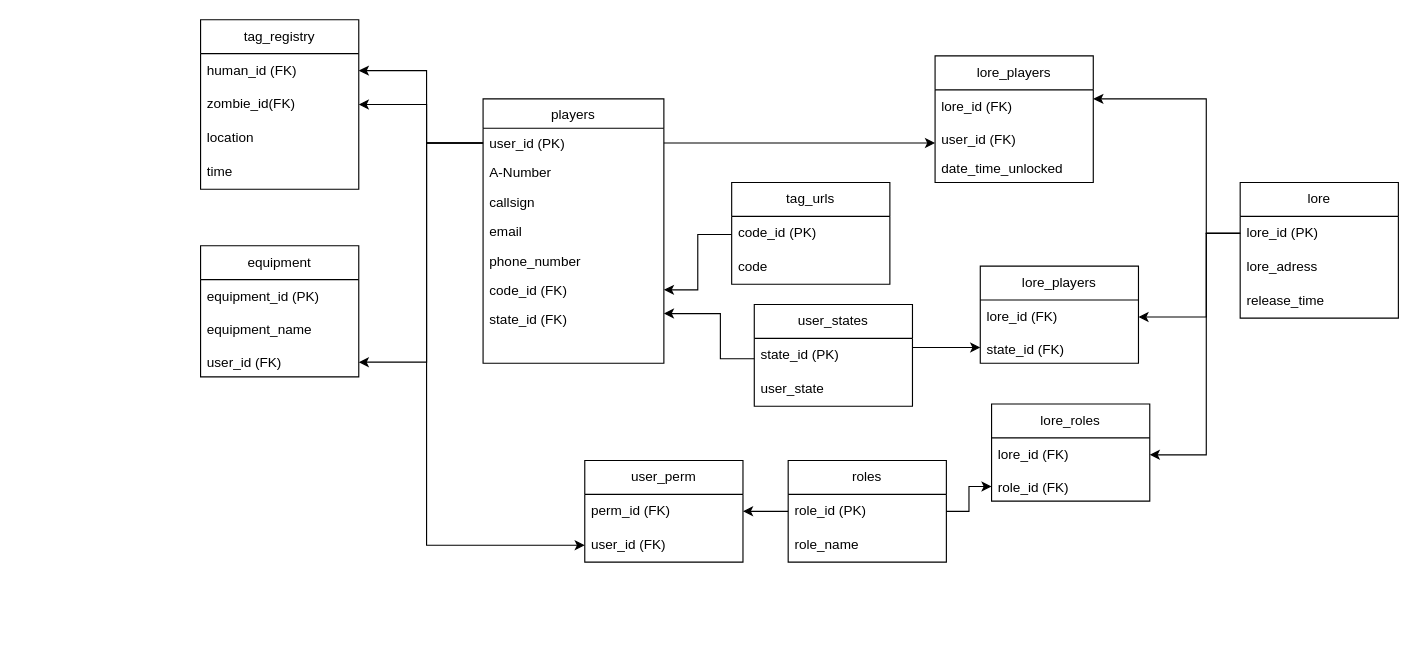
Before: HvZ SQL outline.drawio in hutonahill/HvZ_USU_Site, a draw.io diagram. Source tidied: cells renumbered, new cells numbered last; positions are measured from the earlier drawing's top-left corner, leaving out a move shared by most shapes. Both pictures are drawn from the tidied source at 113%, with x=0, y=0 at pixel (200, 19).
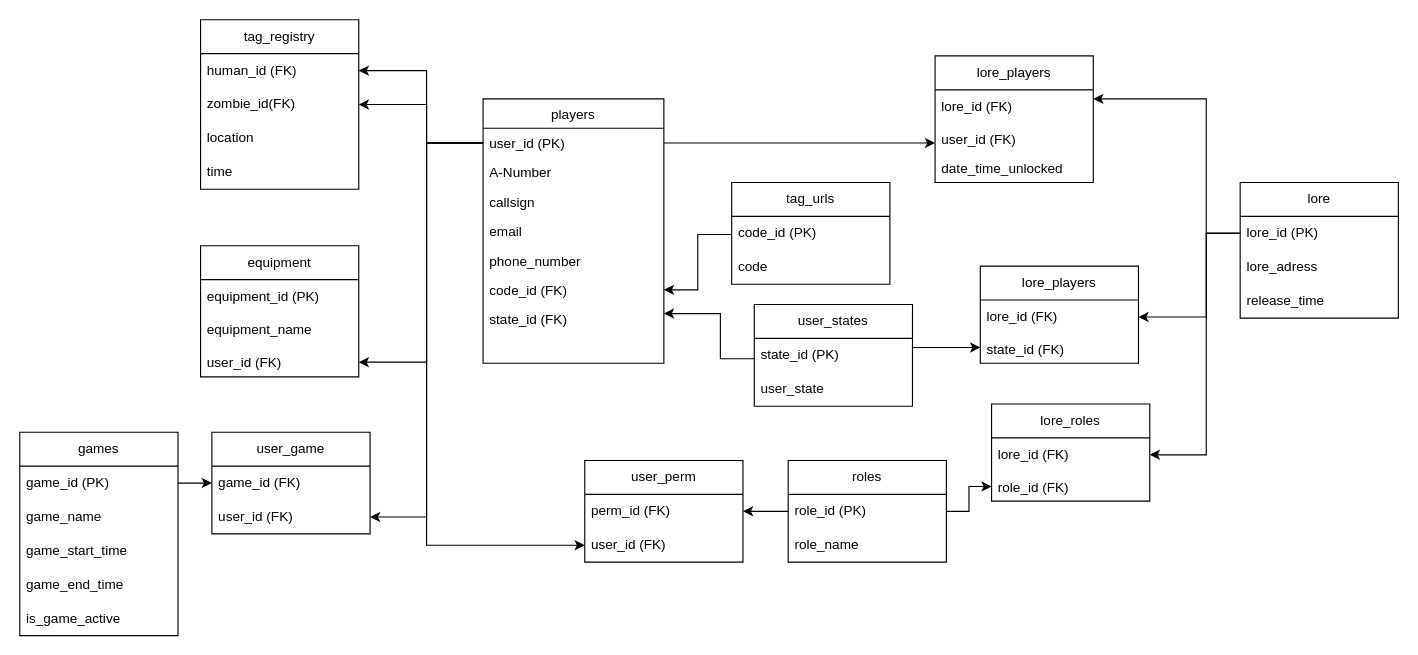
Above is the later version.

Commit message:
updated SQL outline

Unchanged cells that the change refers to:
```xml
<mxCell id="3" value="user_id (PK)" style="text;align=left;verticalAlign=top;spacingLeft=4;spacingRight=4;overflow=hidden;points=[[0,0.5],[1,0.5]];portConstraint=eastwest;rounded=0;shadow=0;html=0;" parent="2" vertex="1">
  <mxGeometry y="26" width="160" height="26" as="geometry" />
</mxCell>
```

Change to the diagram source:
```diff
@@
+    <mxCell id="58" value="games" style="swimlane;fontStyle=0;horizontal=1;startSize=30;whiteSpace=wrap;html=1;" parent="1" vertex="1">
+      <mxGeometry x="-160" y="365" width="140" height="180" as="geometry" />
+    </mxCell>
+    <mxCell id="59" value="game_id (PK)" style="text;strokeColor=none;fillColor=none;align=left;verticalAlign=middle;spacingLeft=4;spacingRight=4;overflow=hidden;points=[[0,0.5],[1,0.5]];portConstraint=eastwest;whiteSpace=wrap;html=1;" parent="58" vertex="1">
+      <mxGeometry y="30" width="140" height="30" as="geometry" />
+    </mxCell>
+    <mxCell id="60" value="game_name" style="text;strokeColor=none;fillColor=none;align=left;verticalAlign=middle;spacingLeft=4;spacingRight=4;overflow=hidden;whiteSpace=wrap;html=1;" parent="58" vertex="1">
+      <mxGeometry y="60" width="140" height="30" as="geometry" />
+    </mxCell>
+    <mxCell id="61" value="&lt;div&gt;game_start_time&lt;/div&gt;" style="text;strokeColor=none;fillColor=none;align=left;verticalAlign=middle;spacingLeft=4;spacingRight=4;overflow=hidden;whiteSpace=wrap;html=1;" parent="58" vertex="1">
+      <mxGeometry y="90" width="140" height="30" as="geometry" />
+    </mxCell>
+    <mxCell id="62" value="game_end_time" style="text;strokeColor=none;fillColor=none;align=left;verticalAlign=middle;spacingLeft=4;spacingRight=4;overflow=hidden;whiteSpace=wrap;html=1;" parent="58" vertex="1">
+      <mxGeometry y="120" width="140" height="30" as="geometry" />
+    </mxCell>
+    <mxCell id="63" value="is_game_active" style="text;strokeColor=none;fillColor=none;align=left;verticalAlign=middle;spacingLeft=4;spacingRight=4;overflow=hidden;whiteSpace=wrap;html=1;" parent="58" vertex="1">
+      <mxGeometry y="150" width="140" height="30" as="geometry" />
+    </mxCell>
+    <mxCell id="64" value="user_game" style="swimlane;fontStyle=0;horizontal=1;startSize=30;whiteSpace=wrap;html=1;" parent="1" vertex="1">
+      <mxGeometry x="10" y="365" width="140" height="90" as="geometry" />
+    </mxCell>
+    <mxCell id="65" value="game_id (FK)" style="text;strokeColor=none;fillColor=none;align=left;verticalAlign=middle;spacingLeft=4;spacingRight=4;overflow=hidden;points=[[0,0.5],[1,0.5]];portConstraint=eastwest;whiteSpace=wrap;html=1;" parent="64" vertex="1">
+      <mxGeometry y="30" width="140" height="30" as="geometry" />
+    </mxCell>
+    <mxCell id="66" value="user_id (FK)" style="text;strokeColor=none;fillColor=none;align=left;verticalAlign=middle;spacingLeft=4;spacingRight=4;overflow=hidden;points=[[0,0.5],[1,0.5]];portConstraint=eastwest;whiteSpace=wrap;html=1;" parent="64" vertex="1">
+      <mxGeometry y="60" width="140" height="30" as="geometry" />
+    </mxCell>
+    <mxCell id="67" style="edgeStyle=orthogonalEdgeStyle;rounded=0;jettySize=auto;html=1;" parent="1" edge="1" source="3" target="66">
+      <mxGeometry relative="1" as="geometry" />
+    </mxCell>
+    <mxCell id="68" style="edgeStyle=orthogonalEdgeStyle;rounded=0;jettySize=auto;html=1;" parent="1" edge="1" source="59" target="65">
+      <mxGeometry relative="1" as="geometry" />
+    </mxCell>
```
